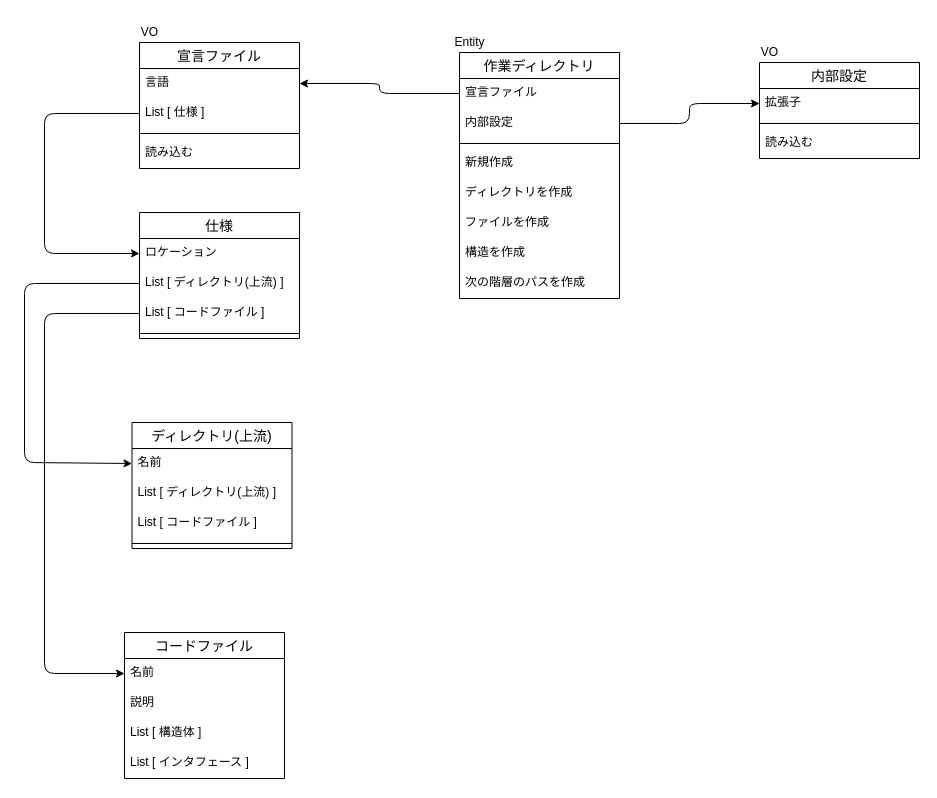
Above: design.dio in asweed888/clerk (draw.io), before the change. Source tidied: cells renumbered, new cells numbered last; positions are measured from the earlier drawing's top-left corner, leaving out a move shared by most shapes. Both pictures are drawn from the tidied source at 100%, with x=0, y=0 at pixel (24, 17).
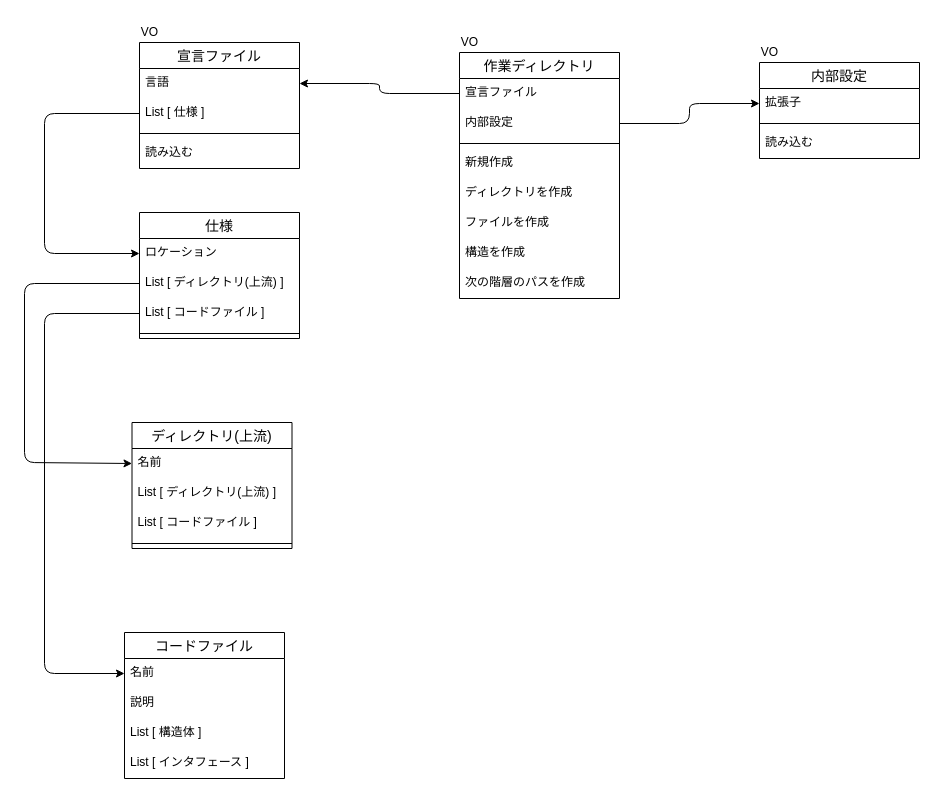
The same page after the edit.

Commit message:
作業ディレクトリに一意性は必要ない為VOに変更

Unchanged cells that the change refers to:
```xml
<mxCell id="33" style="group;" parent="1" vertex="1">
  <mxGeometry x="420" y="15" width="175" height="146" as="geometry" />
</mxCell>
```

Diff of the diagram source:
```diff
@@
-    <mxCell id="43" value="Entity" style="text;html=1;align=center;verticalAlign=middle;strokeColor=none;fillColor=none;" parent="33" vertex="1">
-      <mxGeometry width="50" height="20" as="geometry" />
+    <mxCell id="43" value="VO" style="text;html=1;align=center;verticalAlign=middle;strokeColor=none;fillColor=none;" parent="33" vertex="1">
+      <mxGeometry x="10" width="30" height="20" as="geometry" />
     </mxCell>
```
